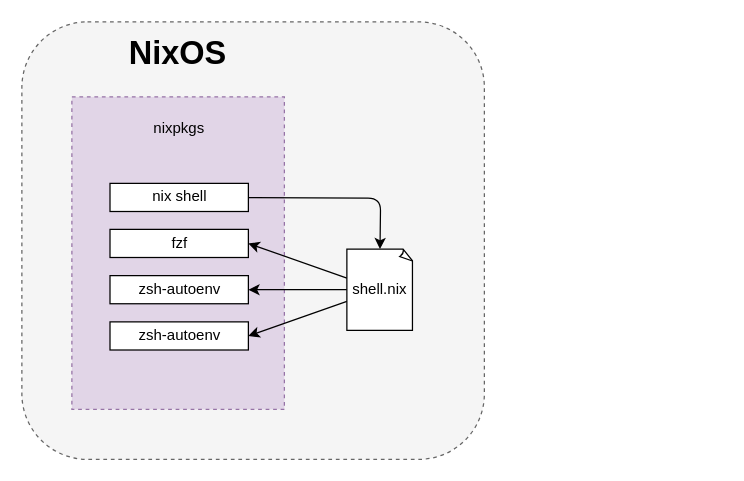
Above: posts/coder-and-nix/static/nix_tooling.drawio in coder/blogs (draw.io), before the change. Source tidied: cells renumbered, new cells numbered last; positions are measured from the earlier drawing's top-left corner, leaving out a move shared by most shapes. Both pictures are drawn from the tidied source at 125%, with x=0, y=0 at pixel (21, 21).
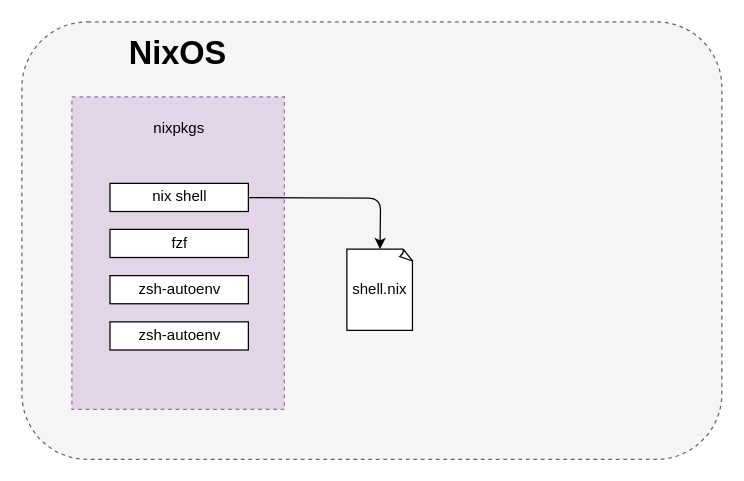
Above is the later version.

Diff of the diagram source:
```diff
@@
 <mxGraphModel>
   <root>
     <mxCell id="0" />
     <mxCell id="1" parent="0" />
     <mxCell id="2" style="rounded=1;whiteSpace=wrap;html=1;dashed=1;fillColor=#f5f5f5;fontColor=#333333;strokeColor=#666666;" parent="1" vertex="1">
-      <mxGeometry width="370" height="350" as="geometry" />
+      <mxGeometry width="560" height="350" as="geometry" />
     </mxCell>
     <mxCell id="3" style="group;rounded=1;" parent="1" vertex="1">
       <mxGeometry x="40" y="60" width="170" height="250" as="geometry" />
     </mxCell>
     <mxCell id="4" style="rounded=0;whiteSpace=wrap;html=1;fillColor=#e1d5e7;strokeColor=#9673a6;dashed=1;" parent="3" vertex="1">
       <mxGeometry width="170" height="250" as="geometry" />
     </mxCell>
     <mxCell id="5" value="nixpkgs" style="text;html=1;strokeColor=none;fillColor=none;align=center;verticalAlign=middle;whiteSpace=wrap;rounded=0;" parent="3" vertex="1">
       <mxGeometry x="1.6" width="168.4" height="49" as="geometry" />
     </mxCell>
     <mxCell id="6" value="nix shell" style="rounded=0;whiteSpace=wrap;html=1;" parent="3" vertex="1">
       <mxGeometry x="30.5" y="69.2" width="110.7" height="22.5" as="geometry" />
     </mxCell>
     <mxCell id="7" value="fzf" style="rounded=0;whiteSpace=wrap;html=1;" parent="3" vertex="1">
       <mxGeometry x="30.5" y="106" width="110.7" height="22.5" as="geometry" />
     </mxCell>
     <mxCell id="8" value="zsh-autoenv" style="rounded=0;whiteSpace=wrap;html=1;" parent="3" vertex="1">
       <mxGeometry x="30.5" y="143" width="110.7" height="22.5" as="geometry" />
     </mxCell>
     <mxCell id="9" value="zsh-autoenv" style="rounded=0;whiteSpace=wrap;html=1;" parent="3" vertex="1">
       <mxGeometry x="30.5" y="180" width="110.7" height="22.5" as="geometry" />
     </mxCell>
-    <mxCell id="10" style="edgeStyle=none;html=1;entryX=1;entryY=0.5;entryDx=0;entryDy=0;" parent="1" edge="1" source="13" target="7">
-      <mxGeometry relative="1" as="geometry" />
-    </mxCell>
-    <mxCell id="11" style="edgeStyle=none;html=1;entryX=1;entryY=0.5;entryDx=0;entryDy=0;" parent="1" edge="1" source="13" target="8">
-      <mxGeometry relative="1" as="geometry" />
-    </mxCell>
-    <mxCell id="12" style="edgeStyle=none;html=1;entryX=1;entryY=0.5;entryDx=0;entryDy=0;" parent="1" edge="1" source="13" target="9">
-      <mxGeometry relative="1" as="geometry" />
-    </mxCell>
     <mxCell id="13" value="shell.nix" style="whiteSpace=wrap;html=1;shape=mxgraph.basic.document;" parent="1" vertex="1">
       <mxGeometry x="260" y="181.8" width="53" height="65" as="geometry" />
     </mxCell>
     <mxCell id="14" style="edgeStyle=none;html=1;entryX=0.5;entryY=0;entryDx=0;entryDy=0;entryPerimeter=0;" parent="1" edge="1" source="6" target="13">
       <mxGeometry relative="1" as="geometry">
         <Array as="points">
           <mxPoint x="287" y="141" />
         </Array>
       </mxGeometry>
     </mxCell>
     <mxCell id="15" value="NixOS" style="text;html=1;strokeColor=none;fillColor=none;align=center;verticalAlign=middle;whiteSpace=wrap;rounded=0;dashed=1;fontStyle=1;fontSize=26;" parent="1" vertex="1">
       <mxGeometry x="95" y="10" width="60" height="30" as="geometry" />
     </mxCell>
   </root>
 </mxGraphModel>
```
